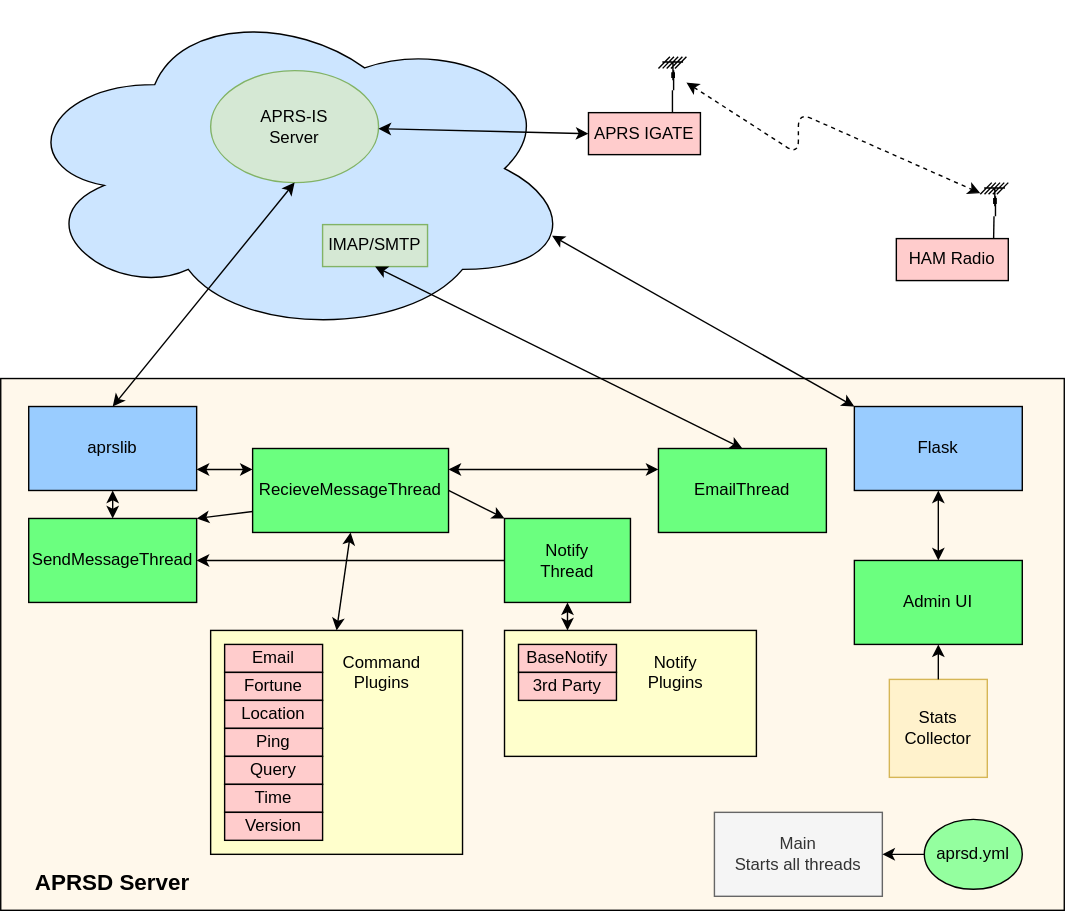
Before: docs/_static/aprsd_overview.svg, a diagram exported from draw.io (craigerl/aprsd). Source tidied: cells renumbered, new cells last; positions are measured from the earlier drawing's top-left corner, leaving out a move shared by most shapes.
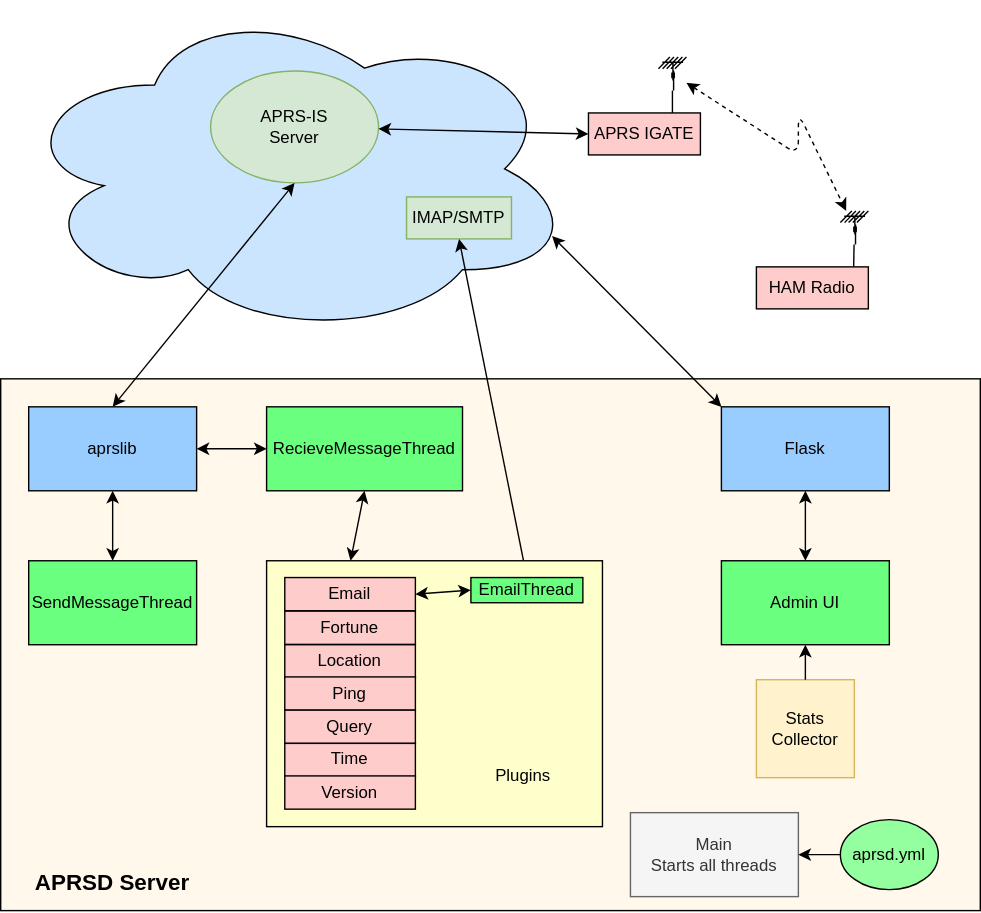
Above is the later version.

What changed in the source:
```diff
@@ -5,23 +5,20 @@
     <mxCell id="2" style="ellipse;shape=cloud;whiteSpace=wrap;html=1;fillColor=#CCE5FF;" parent="1" vertex="1">
       <mxGeometry x="10" width="400" height="240" as="geometry" />
     </mxCell>
-    <mxCell id="3" style="rounded=0;whiteSpace=wrap;html=1;fillColor=#FFF8EB;" parent="1" vertex="1">
-      <mxGeometry y="270" width="760" height="380" as="geometry" />
-    </mxCell>
+    <mxCell id="57" style="rounded=0;whiteSpace=wrap;html=1;fillColor=#FFF8EB;" parent="1" vertex="1">
+      <mxGeometry y="270" width="700" height="380" as="geometry" />
+    </mxCell>
     <mxCell id="4" value="&lt;font style=&quot;font-size: 12px&quot;&gt;Main&lt;br&gt;Starts all threads&lt;br&gt;&lt;/font&gt;" style="rounded=0;whiteSpace=wrap;html=1;fillColor=#f5f5f5;strokeColor=#666666;fontColor=#333333;" parent="1" vertex="1">
-      <mxGeometry x="510" y="580" width="120" height="60" as="geometry" />
+      <mxGeometry x="450" y="580" width="120" height="60" as="geometry" />
     </mxCell>
     <mxCell id="5" value="SendMessageThread" style="rounded=0;whiteSpace=wrap;html=1;fillColor=#6BFF7F;" parent="1" vertex="1">
-      <mxGeometry x="20" y="370" width="120" height="60" as="geometry" />
+      <mxGeometry x="20" y="400" width="120" height="60" as="geometry" />
     </mxCell>
-    <mxCell id="6" value="EmailThread" style="rounded=0;whiteSpace=wrap;html=1;fillColor=#6BFF7F;" parent="1" vertex="1">
-      <mxGeometry x="470" y="320" width="120" height="60" as="geometry" />
-    </mxCell>
     <mxCell id="7" value="RecieveMessageThread" style="rounded=0;whiteSpace=wrap;html=1;fillColor=#6BFF7F;" parent="1" vertex="1">
-      <mxGeometry x="180" y="320" width="140" height="60" as="geometry" />
+      <mxGeometry x="190" y="290" width="140" height="60" as="geometry" />
     </mxCell>
     <mxCell id="8" value="aprsd.yml" style="ellipse;whiteSpace=wrap;html=1;fillColor=#94FF9F;" parent="1" vertex="1">
-      <mxGeometry x="660" y="585" width="70" height="50" as="geometry" />
+      <mxGeometry x="600" y="585" width="70" height="50" as="geometry" />
     </mxCell>
     <mxCell id="9" style="endArrow=classic;html=1;entryX=1;entryY=0.5;entryDx=0;entryDy=0;exitX=0;exitY=0.5;exitDx=0;exitDy=0;" parent="1" edge="1" source="8" target="4">
       <mxGeometry relative="1" as="geometry" />
@@ -30,12 +27,12 @@
       <mxGeometry y="610" width="160" height="40" as="geometry" />
     </mxCell>
     <mxCell id="11" value="IMAP/SMTP" style="rounded=0;whiteSpace=wrap;html=1;fillColor=#d5e8d4;strokeColor=#82b366;" parent="1" vertex="1">
-      <mxGeometry x="230" y="160" width="75" height="30" as="geometry" />
+      <mxGeometry x="290" y="140" width="75" height="30" as="geometry" />
     </mxCell>
     <mxCell id="12" value="APRS-IS&lt;br&gt;Server" style="ellipse;whiteSpace=wrap;html=1;fillColor=#d5e8d4;strokeColor=#82b366;" parent="1" vertex="1">
       <mxGeometry x="150" y="50" width="120" height="80" as="geometry" />
     </mxCell>
-    <mxCell id="13" style="endArrow=classic;startArrow=classic;html=1;entryX=1;entryY=0.75;entryDx=0;entryDy=0;exitX=0;exitY=0.25;exitDx=0;exitDy=0;" parent="1" edge="1" source="7" target="15">
+    <mxCell id="13" style="endArrow=classic;startArrow=classic;html=1;entryX=1;entryY=0.5;entryDx=0;entryDy=0;exitX=0;exitY=0.5;exitDx=0;exitDy=0;" parent="1" edge="1" source="7" target="15">
       <mxGeometry relative="1" as="geometry" />
     </mxCell>
     <mxCell id="14" style="endArrow=classic;startArrow=classic;html=1;" parent="1" edge="1" source="5" target="15">
@@ -50,127 +47,97 @@
     <mxCell id="17" style="endArrow=classic;startArrow=classic;html=1;entryX=0.5;entryY=1;entryDx=0;entryDy=0;exitX=0.5;exitY=0;exitDx=0;exitDy=0;" parent="1" edge="1" source="6" target="11">
       <mxGeometry relative="1" as="geometry" />
     </mxCell>
-    <mxCell id="18" style="endArrow=classic;startArrow=classic;html=1;entryX=0;entryY=0.25;entryDx=0;entryDy=0;exitX=1;exitY=0.25;exitDx=0;exitDy=0;" parent="1" edge="1" source="7" target="6">
-      <mxGeometry relative="1" as="geometry" />
-    </mxCell>
-    <mxCell id="19" style="endArrow=classic;startArrow=classic;html=1;exitX=0.5;exitY=1;exitDx=0;exitDy=0;entryX=0.5;entryY=0;entryDx=0;entryDy=0;" parent="1" edge="1" source="7" target="21">
-      <mxGeometry relative="1" as="geometry" />
-    </mxCell>
-    <mxCell id="20" style="group;" parent="1" vertex="1">
-      <mxGeometry x="150" y="450" width="180" height="160" as="geometry" />
-    </mxCell>
-    <mxCell id="21" style="rounded=0;whiteSpace=wrap;html=1;fillColor=#FFFFCC;" parent="20" vertex="1">
-      <mxGeometry width="180" height="160" as="geometry" />
-    </mxCell>
+    <mxCell id="58" style="endArrow=classic;startArrow=classic;html=1;exitX=0.5;exitY=1;exitDx=0;exitDy=0;entryX=0.25;entryY=0;entryDx=0;entryDy=0;" parent="1" edge="1" source="7" target="61">
+      <mxGeometry relative="1" as="geometry" />
+    </mxCell>
+    <mxCell id="30" style="endArrow=classic;startArrow=classic;html=1;entryX=0;entryY=0.5;entryDx=0;entryDy=0;" parent="1" edge="1" source="12" target="33">
+      <mxGeometry relative="1" as="geometry" />
+    </mxCell>
+    <mxCell id="31" style="group;" parent="1" vertex="1">
+      <mxGeometry x="420" y="40" width="80" height="70" as="geometry" />
+    </mxCell>
+    <mxCell id="32" style="shape=mxgraph.cisco.wireless.antenna;html=1;dashed=0;fillColor=#036897;strokeColor=#ffffff;strokeWidth=2;verticalLabelPosition=bottom;verticalAlign=top;align=center;outlineConnect=0;" parent="31" vertex="1">
+      <mxGeometry x="50" width="20" height="24" as="geometry" />
+    </mxCell>
+    <mxCell id="33" value="APRS IGATE" style="rounded=0;whiteSpace=wrap;html=1;fillColor=#FFCCCC;" parent="31" vertex="1">
+      <mxGeometry y="40" width="80" height="30" as="geometry" />
+    </mxCell>
+    <mxCell id="34" style="endArrow=none;html=1;exitX=0.75;exitY=0;exitDx=0;exitDy=0;" parent="31" edge="1" source="33" target="32">
+      <mxGeometry relative="1" as="geometry" />
+    </mxCell>
+    <mxCell id="59" style="group;" parent="1" vertex="1">
+      <mxGeometry x="540" y="150" width="80" height="70" as="geometry" />
+    </mxCell>
+    <mxCell id="36" style="shape=mxgraph.cisco.wireless.antenna;html=1;dashed=0;fillColor=#036897;strokeColor=#ffffff;strokeWidth=2;verticalLabelPosition=bottom;verticalAlign=top;align=center;outlineConnect=0;" parent="59" vertex="1">
+      <mxGeometry x="60" width="20" height="24" as="geometry" />
+    </mxCell>
+    <mxCell id="37" value="HAM Radio" style="rounded=0;whiteSpace=wrap;html=1;fillColor=#FFCCCC;" parent="59" vertex="1">
+      <mxGeometry y="40" width="80" height="30" as="geometry" />
+    </mxCell>
+    <mxCell id="38" style="endArrow=none;html=1;entryX=0.869;entryY=-0.005;entryDx=0;entryDy=0;entryPerimeter=0;" parent="59" edge="1" source="36" target="37">
+      <mxGeometry relative="1" as="geometry" />
+    </mxCell>
+    <mxCell id="39" style="endArrow=classic;startArrow=classic;html=1;dashed=1;" parent="1" edge="1" source="32" target="36">
+      <mxGeometry relative="1" as="geometry">
+        <Array as="points">
+          <mxPoint x="570" y="110" />
+          <mxPoint x="570" y="80" />
+        </Array>
+      </mxGeometry>
+    </mxCell>
+    <mxCell id="51" value="Admin UI" style="rounded=0;whiteSpace=wrap;html=1;fillColor=#6BFF7F;" parent="1" vertex="1">
+      <mxGeometry x="515" y="400" width="120" height="60" as="geometry" />
+    </mxCell>
+    <mxCell id="52" style="endArrow=classic;startArrow=classic;html=1;entryX=0.96;entryY=0.7;entryDx=0;entryDy=0;entryPerimeter=0;exitX=0;exitY=0;exitDx=0;exitDy=0;" parent="1" edge="1" source="54" target="2">
+      <mxGeometry relative="1" as="geometry" />
+    </mxCell>
+    <mxCell id="53" value="Stats Collector" style="whiteSpace=wrap;html=1;fillColor=#fff2cc;strokeColor=#d6b656;" parent="1" vertex="1">
+      <mxGeometry x="540" y="485" width="70" height="70" as="geometry" />
+    </mxCell>
+    <mxCell id="54" value="Flask" style="rounded=0;whiteSpace=wrap;html=1;fillColor=#99CCFF;" parent="1" vertex="1">
+      <mxGeometry x="515" y="290" width="120" height="60" as="geometry" />
+    </mxCell>
+    <mxCell id="55" style="endArrow=classic;startArrow=classic;html=1;exitX=0.5;exitY=0;exitDx=0;exitDy=0;entryX=0.5;entryY=1;entryDx=0;entryDy=0;" parent="1" edge="1" source="51" target="54">
+      <mxGeometry relative="1" as="geometry" />
+    </mxCell>
+    <mxCell id="56" style="endArrow=classic;html=1;exitX=0.5;exitY=0;exitDx=0;exitDy=0;entryX=0.5;entryY=1;entryDx=0;entryDy=0;" parent="1" edge="1" source="53" target="51">
+      <mxGeometry relative="1" as="geometry" />
+    </mxCell>
+    <mxCell id="60" style="group;rotation=0;" parent="1" vertex="1">
+      <mxGeometry x="190" y="400" width="240" height="190" as="geometry" />
+    </mxCell>
+    <mxCell id="61" style="rounded=0;whiteSpace=wrap;html=1;fillColor=#FFFFCC;rotation=0;" parent="60" vertex="1">
+      <mxGeometry width="240" height="190" as="geometry" />
+    </mxCell>
-    <mxCell id="22" value="Email" style="rounded=0;whiteSpace=wrap;html=1;fillColor=#FFCCCC;" parent="20" vertex="1">
-      <mxGeometry x="10" y="10" width="70" height="20" as="geometry" />
+    <mxCell id="22" value="Email" style="rounded=0;whiteSpace=wrap;html=1;fillColor=#FFCCCC;rotation=0;" parent="60" vertex="1">
+      <mxGeometry x="13" y="12" width="93.3" height="23.8" as="geometry" />
     </mxCell>
-    <mxCell id="23" value="Fortune" style="rounded=0;whiteSpace=wrap;html=1;fillColor=#FFCCCC;" parent="20" vertex="1">
-      <mxGeometry x="10" y="30" width="70" height="20" as="geometry" />
+    <mxCell id="23" value="Fortune" style="rounded=0;whiteSpace=wrap;html=1;fillColor=#FFCCCC;rotation=0;" parent="60" vertex="1">
+      <mxGeometry x="13" y="36" width="93.3" height="23.8" as="geometry" />
     </mxCell>
-    <mxCell id="24" value="Location" style="rounded=0;whiteSpace=wrap;html=1;fillColor=#FFCCCC;" parent="20" vertex="1">
-      <mxGeometry x="10" y="50" width="70" height="20" as="geometry" />
+    <mxCell id="24" value="Location" style="rounded=0;whiteSpace=wrap;html=1;fillColor=#FFCCCC;rotation=0;" parent="60" vertex="1">
+      <mxGeometry x="13" y="60" width="93.3" height="23.8" as="geometry" />
     </mxCell>
-    <mxCell id="25" value="Ping" style="rounded=0;whiteSpace=wrap;html=1;fillColor=#FFCCCC;" parent="20" vertex="1">
-      <mxGeometry x="10" y="70" width="70" height="20" as="geometry" />
+    <mxCell id="25" value="Ping" style="rounded=0;whiteSpace=wrap;html=1;fillColor=#FFCCCC;rotation=0;" parent="60" vertex="1">
+      <mxGeometry x="13" y="83" width="93.3" height="23.8" as="geometry" />
     </mxCell>
-    <mxCell id="26" value="Query" style="rounded=0;whiteSpace=wrap;html=1;fillColor=#FFCCCC;" parent="20" vertex="1">
-      <mxGeometry x="10" y="90" width="70" height="20" as="geometry" />
+    <mxCell id="26" value="Query" style="rounded=0;whiteSpace=wrap;html=1;fillColor=#FFCCCC;rotation=0;" parent="60" vertex="1">
+      <mxGeometry x="13" y="106.8" width="93.3" height="23.8" as="geometry" />
     </mxCell>
-    <mxCell id="27" value="Time" style="rounded=0;whiteSpace=wrap;html=1;fillColor=#FFCCCC;" parent="20" vertex="1">
-      <mxGeometry x="10" y="110" width="70" height="20" as="geometry" />
+    <mxCell id="27" value="Time" style="rounded=0;whiteSpace=wrap;html=1;fillColor=#FFCCCC;rotation=0;" parent="60" vertex="1">
+      <mxGeometry x="13" y="130.5" width="93.3" height="23.8" as="geometry" />
     </mxCell>
-    <mxCell id="28" value="Version" style="rounded=0;whiteSpace=wrap;html=1;fillColor=#FFCCCC;" parent="20" vertex="1">
-      <mxGeometry x="10" y="130" width="70" height="20" as="geometry" />
+    <mxCell id="28" value="Version" style="rounded=0;whiteSpace=wrap;html=1;fillColor=#FFCCCC;rotation=0;" parent="60" vertex="1">
+      <mxGeometry x="13" y="153.8" width="93.3" height="23.8" as="geometry" />
     </mxCell>
-    <mxCell id="29" value="Command&lt;br&gt;Plugins" style="text;html=1;strokeColor=none;fillColor=none;align=center;verticalAlign=middle;whiteSpace=wrap;rounded=0;" parent="20" vertex="1">
-      <mxGeometry x="80" y="10" width="85" height="40" as="geometry" />
-    </mxCell>
-    <mxCell id="30" style="endArrow=classic;startArrow=classic;html=1;entryX=0;entryY=0.5;entryDx=0;entryDy=0;" parent="1" edge="1" source="12" target="33">
-      <mxGeometry relative="1" as="geometry" />
-    </mxCell>
-    <mxCell id="31" style="group;" parent="1" vertex="1">
-      <mxGeometry x="420" y="40" width="80" height="70" as="geometry" />
-    </mxCell>
-    <mxCell id="32" style="shape=mxgraph.cisco.wireless.antenna;html=1;dashed=0;fillColor=#036897;strokeColor=#ffffff;strokeWidth=2;verticalLabelPosition=bottom;verticalAlign=top;align=center;outlineConnect=0;" parent="31" vertex="1">
-      <mxGeometry x="50" width="20" height="24" as="geometry" />
-    </mxCell>
-    <mxCell id="33" value="APRS IGATE" style="rounded=0;whiteSpace=wrap;html=1;fillColor=#FFCCCC;" parent="31" vertex="1">
-      <mxGeometry y="40" width="80" height="30" as="geometry" />
-    </mxCell>
-    <mxCell id="34" style="endArrow=none;html=1;exitX=0.75;exitY=0;exitDx=0;exitDy=0;" parent="31" edge="1" source="33" target="32">
-      <mxGeometry relative="1" as="geometry" />
-    </mxCell>
-    <mxCell id="35" style="group;" parent="1" vertex="1">
-      <mxGeometry x="640" y="130" width="80" height="70" as="geometry" />
-    </mxCell>
-    <mxCell id="36" style="shape=mxgraph.cisco.wireless.antenna;html=1;dashed=0;fillColor=#036897;strokeColor=#ffffff;strokeWidth=2;verticalLabelPosition=bottom;verticalAlign=top;align=center;outlineConnect=0;" parent="35" vertex="1">
-      <mxGeometry x="60" width="20" height="24" as="geometry" />
-    </mxCell>
-    <mxCell id="37" value="HAM Radio" style="rounded=0;whiteSpace=wrap;html=1;fillColor=#FFCCCC;" parent="35" vertex="1">
-      <mxGeometry y="40" width="80" height="30" as="geometry" />
-    </mxCell>
-    <mxCell id="38" style="endArrow=none;html=1;entryX=0.869;entryY=-0.005;entryDx=0;entryDy=0;entryPerimeter=0;" parent="35" edge="1" source="36" target="37">
-      <mxGeometry relative="1" as="geometry" />
-    </mxCell>
-    <mxCell id="39" style="endArrow=classic;startArrow=classic;html=1;dashed=1;" parent="1" edge="1" source="32" target="36">
-      <mxGeometry relative="1" as="geometry">
-        <Array as="points">
-          <mxPoint x="570" y="110" />
-          <mxPoint x="570" y="80" />
-        </Array>
-      </mxGeometry>
-    </mxCell>
-    <mxCell id="40" value="Notify&lt;br&gt;Thread" style="rounded=0;whiteSpace=wrap;html=1;fillColor=#6BFF7F;" parent="1" vertex="1">
-      <mxGeometry x="360" y="370" width="90" height="60" as="geometry" />
-    </mxCell>
-    <mxCell id="41" style="group;" parent="1" vertex="1">
-      <mxGeometry x="360" y="380" width="180" height="160" as="geometry" />
-    </mxCell>
-    <mxCell id="42" style="group;" parent="41" vertex="1">
-      <mxGeometry y="70" width="180" height="90" as="geometry" />
-    </mxCell>
-    <mxCell id="43" style="rounded=0;whiteSpace=wrap;html=1;fillColor=#FFFFCC;" parent="42" vertex="1">
-      <mxGeometry width="180" height="90" as="geometry" />
-    </mxCell>
-    <mxCell id="44" value="BaseNotify" style="rounded=0;whiteSpace=wrap;html=1;fillColor=#FFCCCC;" parent="42" vertex="1">
-      <mxGeometry x="10" y="10" width="70" height="20" as="geometry" />
-    </mxCell>
-    <mxCell id="45" value="Notify &lt;br&gt;Plugins" style="text;html=1;strokeColor=none;fillColor=none;align=center;verticalAlign=middle;whiteSpace=wrap;rounded=0;" parent="42" vertex="1">
-      <mxGeometry x="80" y="10" width="85" height="40" as="geometry" />
-    </mxCell>
-    <mxCell id="46" value="3rd Party" style="rounded=0;whiteSpace=wrap;html=1;fillColor=#FFCCCC;" parent="42" vertex="1">
-      <mxGeometry x="10" y="30" width="70" height="20" as="geometry" />
-    </mxCell>
-    <mxCell id="47" style="endArrow=classic;startArrow=classic;html=1;entryX=0.25;entryY=0;entryDx=0;entryDy=0;exitX=0.5;exitY=1;exitDx=0;exitDy=0;" parent="1" edge="1" source="40" target="43">
-      <mxGeometry relative="1" as="geometry" />
-    </mxCell>
-    <mxCell id="48" style="endArrow=classic;html=1;exitX=1;exitY=0.5;exitDx=0;exitDy=0;entryX=0;entryY=0;entryDx=0;entryDy=0;" parent="1" edge="1" source="7" target="40">
-      <mxGeometry relative="1" as="geometry" />
-    </mxCell>
-    <mxCell id="49" style="endArrow=classic;html=1;exitX=0;exitY=0.75;exitDx=0;exitDy=0;entryX=1;entryY=0;entryDx=0;entryDy=0;" parent="1" edge="1" source="7" target="5">
-      <mxGeometry relative="1" as="geometry" />
-    </mxCell>
-    <mxCell id="50" style="endArrow=classic;html=1;exitX=0;exitY=0.5;exitDx=0;exitDy=0;entryX=1;entryY=0.5;entryDx=0;entryDy=0;" parent="1" edge="1" source="40" target="5">
-      <mxGeometry relative="1" as="geometry" />
-    </mxCell>
-    <mxCell id="51" value="Admin UI" style="rounded=0;whiteSpace=wrap;html=1;fillColor=#6BFF7F;" parent="1" vertex="1">
-      <mxGeometry x="610" y="400" width="120" height="60" as="geometry" />
-    </mxCell>
-    <mxCell id="52" style="endArrow=classic;startArrow=classic;html=1;entryX=0.96;entryY=0.7;entryDx=0;entryDy=0;entryPerimeter=0;exitX=0;exitY=0;exitDx=0;exitDy=0;" parent="1" edge="1" source="54" target="2">
-      <mxGeometry relative="1" as="geometry" />
-    </mxCell>
-    <mxCell id="53" value="Stats Collector" style="whiteSpace=wrap;html=1;fillColor=#fff2cc;strokeColor=#d6b656;" parent="1" vertex="1">
-      <mxGeometry x="635" y="485" width="70" height="70" as="geometry" />
-    </mxCell>
-    <mxCell id="54" value="Flask" style="rounded=0;whiteSpace=wrap;html=1;fillColor=#99CCFF;" parent="1" vertex="1">
-      <mxGeometry x="610" y="290" width="120" height="60" as="geometry" />
-    </mxCell>
-    <mxCell id="55" style="endArrow=classic;startArrow=classic;html=1;exitX=0.5;exitY=0;exitDx=0;exitDy=0;entryX=0.5;entryY=1;entryDx=0;entryDy=0;" parent="1" edge="1" source="51" target="54">
-      <mxGeometry relative="1" as="geometry" />
-    </mxCell>
-    <mxCell id="56" style="endArrow=classic;html=1;exitX=0.5;exitY=0;exitDx=0;exitDy=0;entryX=0.5;entryY=1;entryDx=0;entryDy=0;" parent="1" edge="1" source="53" target="51">
-      <mxGeometry relative="1" as="geometry" />
-    </mxCell>
+    <mxCell id="62" value="Plugins" style="text;html=1;strokeColor=none;fillColor=none;align=center;verticalAlign=middle;whiteSpace=wrap;rounded=0;rotation=0;" parent="60" vertex="1">
+      <mxGeometry x="147" y="130" width="73.3" height="47.5" as="geometry" />
+    </mxCell>
+    <mxCell id="6" value="EmailThread" style="rounded=0;whiteSpace=wrap;html=1;fillColor=#6BFF7F;rotation=0;" parent="60" vertex="1">
+      <mxGeometry x="146" y="12" width="80" height="18" as="geometry" />
+    </mxCell>
+    <mxCell id="63" style="endArrow=classic;startArrow=classic;html=1;entryX=0;entryY=0.5;entryDx=0;entryDy=0;exitX=1;exitY=0.5;exitDx=0;exitDy=0;" parent="60" edge="1" source="22" target="6">
+      <mxGeometry relative="1" as="geometry" />
+    </mxCell>
   </root>
 </mxGraphModel>
```
